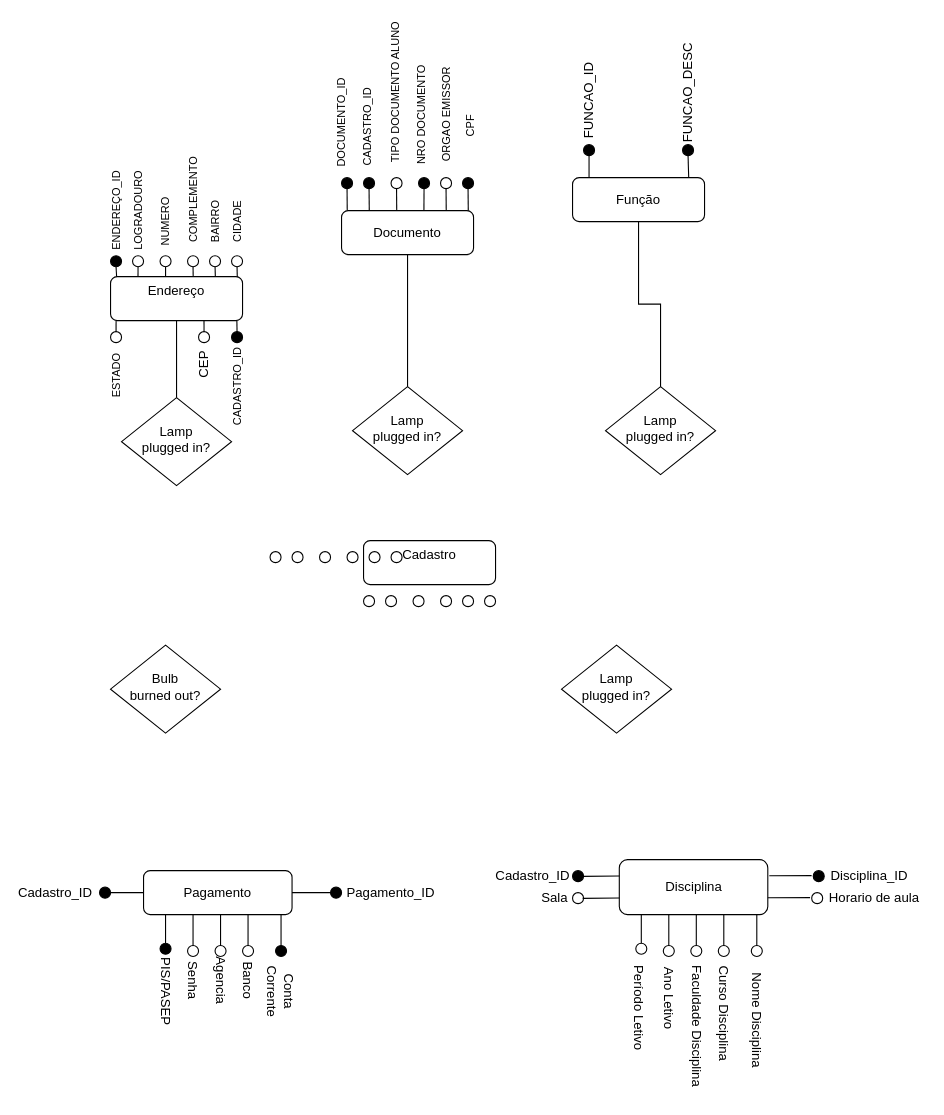
Before: bd2Diagram.drawio in Nicholasmais/diagrams, a draw.io diagram. Source tidied: cells renumbered, new cells numbered last; positions are measured from the earlier drawing's top-left corner, leaving out a move shared by most shapes. Both pictures are drawn from the tidied source at 110%, with x=0, y=0 at pixel (33, 81).
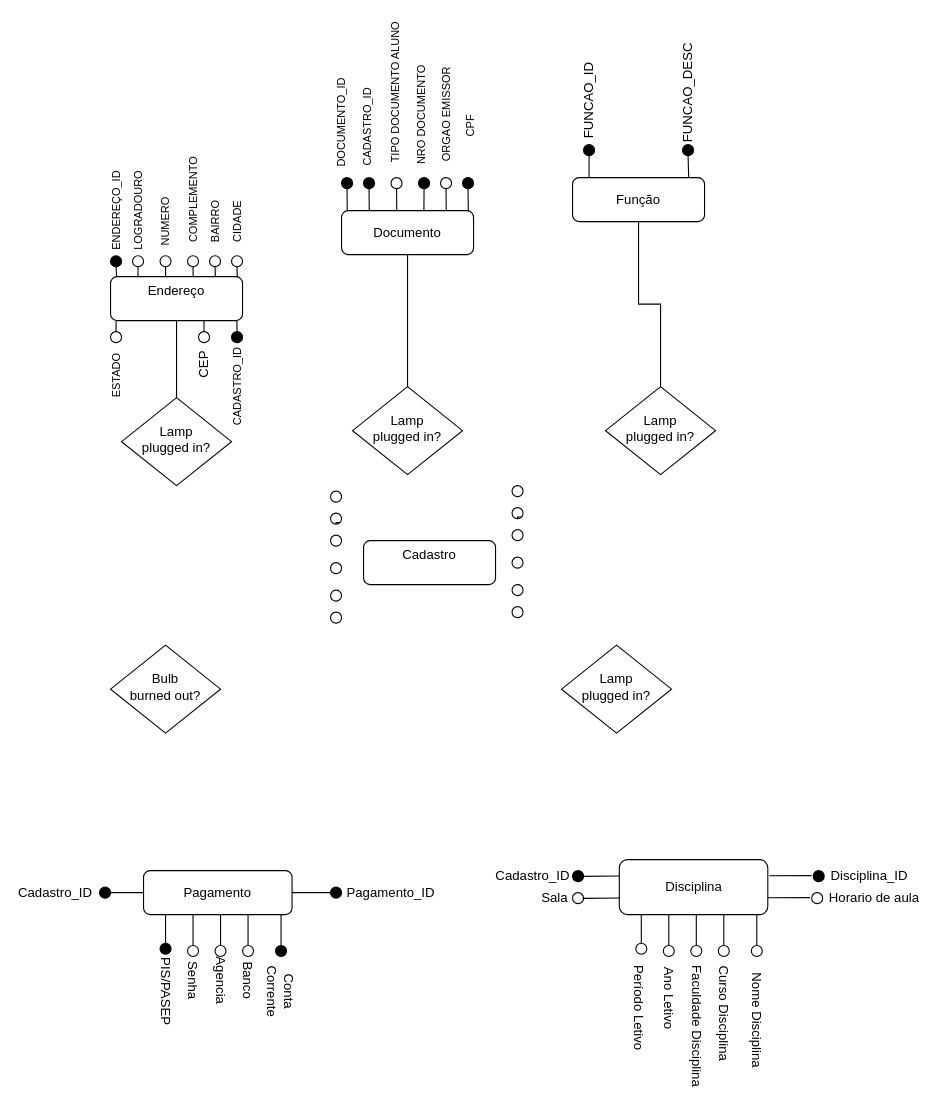
The same diagram, later.

Diff of the diagram source:
```diff
@@
-    <mxCell id="31" style="ellipse;whiteSpace=wrap;html=1;" parent="1" vertex="1">
-      <mxGeometry x="235" y="427" width="10" height="10" as="geometry" />
-    </mxCell>
-    <mxCell id="32" style="ellipse;whiteSpace=wrap;html=1;" parent="1" vertex="1">
-      <mxGeometry x="215" y="427" width="10" height="10" as="geometry" />
-    </mxCell>
-    <mxCell id="33" style="ellipse;whiteSpace=wrap;html=1;" parent="1" vertex="1">
-      <mxGeometry x="260" y="427" width="10" height="10" as="geometry" />
-    </mxCell>
-    <mxCell id="34" style="ellipse;whiteSpace=wrap;html=1;" parent="1" vertex="1">
-      <mxGeometry x="285" y="427" width="10" height="10" as="geometry" />
-    </mxCell>
-    <mxCell id="35" style="ellipse;whiteSpace=wrap;html=1;" parent="1" vertex="1">
-      <mxGeometry x="305" y="427" width="10" height="10" as="geometry" />
-    </mxCell>
-    <mxCell id="36" style="ellipse;whiteSpace=wrap;html=1;" parent="1" vertex="1">
-      <mxGeometry x="325" y="427" width="10" height="10" as="geometry" />
-    </mxCell>
-    <mxCell id="37" style="ellipse;whiteSpace=wrap;html=1;" parent="1" vertex="1">
-      <mxGeometry x="320" y="467" width="10" height="10" as="geometry" />
-    </mxCell>
-    <mxCell id="38" style="ellipse;whiteSpace=wrap;html=1;" parent="1" vertex="1">
-      <mxGeometry x="300" y="467" width="10" height="10" as="geometry" />
-    </mxCell>
-    <mxCell id="39" style="ellipse;whiteSpace=wrap;html=1;" parent="1" vertex="1">
-      <mxGeometry x="345" y="467" width="10" height="10" as="geometry" />
-    </mxCell>
-    <mxCell id="40" style="ellipse;whiteSpace=wrap;html=1;" parent="1" vertex="1">
-      <mxGeometry x="370" y="467" width="10" height="10" as="geometry" />
-    </mxCell>
-    <mxCell id="41" style="ellipse;whiteSpace=wrap;html=1;" parent="1" vertex="1">
-      <mxGeometry x="390" y="467" width="10" height="10" as="geometry" />
-    </mxCell>
-    <mxCell id="42" style="ellipse;whiteSpace=wrap;html=1;" parent="1" vertex="1">
-      <mxGeometry x="410" y="467" width="10" height="10" as="geometry" />
-    </mxCell>
@@
+    <mxCell id="127" style="group;rotation=90;" parent="1" vertex="1">
+      <mxGeometry x="215" y="427" width="120" height="10" as="geometry" />
+    </mxCell>
+    <mxCell id="128" style="group;rotation=-90;" parent="127" vertex="1">
+      <mxGeometry width="120" height="10" as="geometry" />
+    </mxCell>
+    <mxCell id="33" style="ellipse;whiteSpace=wrap;html=1;rotation=-90;" parent="128" vertex="1">
+      <mxGeometry x="55" y="10" width="10" height="10" as="geometry" />
+    </mxCell>
+    <mxCell id="34" style="ellipse;whiteSpace=wrap;html=1;rotation=-90;" parent="128" vertex="1">
+      <mxGeometry x="55" y="-15" width="10" height="10" as="geometry" />
+    </mxCell>
+    <mxCell id="35" style="ellipse;whiteSpace=wrap;html=1;rotation=-90;" parent="128" vertex="1">
+      <mxGeometry x="55" y="-35" width="10" height="10" as="geometry" />
+    </mxCell>
+    <mxCell id="36" style="ellipse;whiteSpace=wrap;html=1;rotation=-90;" parent="128" vertex="1">
+      <mxGeometry x="55" y="-55" width="10" height="10" as="geometry" />
+    </mxCell>
+    <mxCell id="129" style="group;rotation=-90;" parent="128" vertex="1">
+      <mxGeometry x="45" y="45" width="30" height="10" as="geometry" />
+    </mxCell>
+    <mxCell id="31" style="ellipse;whiteSpace=wrap;html=1;rotation=-275;" parent="129" vertex="1">
+      <mxGeometry x="10" y="-10" width="10" height="10" as="geometry" />
+    </mxCell>
+    <mxCell id="32" style="ellipse;whiteSpace=wrap;html=1;rotation=0;" parent="129" vertex="1">
+      <mxGeometry x="10" y="10" width="10" height="10" as="geometry" />
+    </mxCell>
+    <mxCell id="130" style="edgeStyle=orthogonalEdgeStyle;rounded=0;orthogonalLoop=1;jettySize=auto;html=1;exitX=0;exitY=1;exitDx=0;exitDy=0;entryX=0;entryY=0.5;entryDx=0;entryDy=0;endArrow=none;endFill=0;strokeColor=#000000;" parent="128" edge="1" source="35" target="35">
+      <mxGeometry relative="1" as="geometry" />
+    </mxCell>
+    <mxCell id="131" style="group;rotation=90;" parent="1" vertex="1">
+      <mxGeometry x="380" y="422" width="120" height="10" as="geometry" />
+    </mxCell>
+    <mxCell id="132" style="group;rotation=-90;" parent="131" vertex="1">
+      <mxGeometry width="120" height="10" as="geometry" />
+    </mxCell>
+    <mxCell id="133" style="ellipse;whiteSpace=wrap;html=1;rotation=-90;" parent="132" vertex="1">
+      <mxGeometry x="55" y="10" width="10" height="10" as="geometry" />
+    </mxCell>
+    <mxCell id="134" style="ellipse;whiteSpace=wrap;html=1;rotation=-90;" parent="132" vertex="1">
+      <mxGeometry x="55" y="-15" width="10" height="10" as="geometry" />
+    </mxCell>
+    <mxCell id="135" style="ellipse;whiteSpace=wrap;html=1;rotation=-90;" parent="132" vertex="1">
+      <mxGeometry x="55" y="-35" width="10" height="10" as="geometry" />
+    </mxCell>
+    <mxCell id="136" style="ellipse;whiteSpace=wrap;html=1;rotation=-90;" parent="132" vertex="1">
+      <mxGeometry x="55" y="-55" width="10" height="10" as="geometry" />
+    </mxCell>
+    <mxCell id="137" style="group;rotation=-90;" parent="132" vertex="1">
+      <mxGeometry x="45" y="45" width="30" height="10" as="geometry" />
+    </mxCell>
+    <mxCell id="138" style="ellipse;whiteSpace=wrap;html=1;rotation=-275;" parent="137" vertex="1">
+      <mxGeometry x="10" y="-10" width="10" height="10" as="geometry" />
+    </mxCell>
+    <mxCell id="139" style="ellipse;whiteSpace=wrap;html=1;rotation=0;" parent="137" vertex="1">
+      <mxGeometry x="10" y="10" width="10" height="10" as="geometry" />
+    </mxCell>
+    <mxCell id="140" style="edgeStyle=orthogonalEdgeStyle;rounded=0;orthogonalLoop=1;jettySize=auto;html=1;exitX=0;exitY=1;exitDx=0;exitDy=0;entryX=0;entryY=0.5;entryDx=0;entryDy=0;endArrow=none;endFill=0;strokeColor=#000000;" parent="132" edge="1" source="135" target="135">
+      <mxGeometry relative="1" as="geometry" />
+    </mxCell>
```
